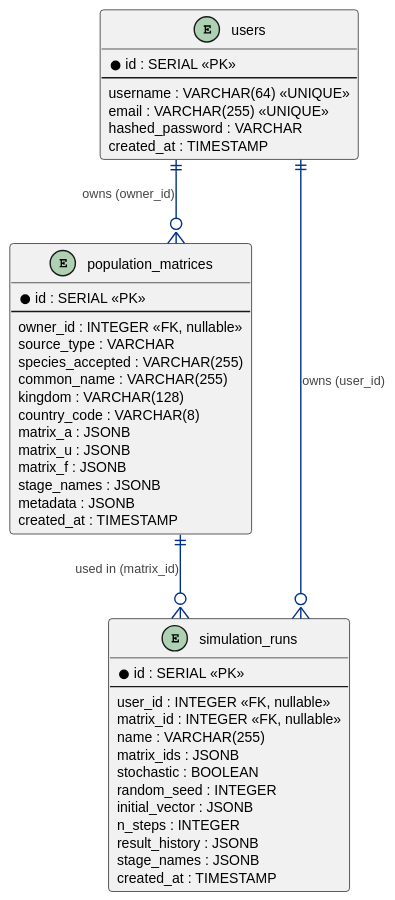
Above: tfg-doc/resources/diagrams/er.svg in orvizz/population-growth-simulator (PlantUML), before the change. Its diagram source:
```plantuml
@startuml
skinparam defaultFontName Liberation Sans
skinparam defaultFontSize 10
skinparam shadowing false
skinparam backgroundColor white
skinparam linetype ortho

skinparam entity {
  BorderColor #003087
  BackgroundColor #EEF3FA
  FontColor #003087
  HeaderBackgroundColor #003087
  FontStyle bold
}

skinparam arrow {
  Color #003087
  FontColor #444444
  FontSize 9
}

entity "users" {
  * id : SERIAL <<PK>>
  --
  username : VARCHAR(64) <<UNIQUE>>
  email : VARCHAR(255) <<UNIQUE>>
  hashed_password : VARCHAR
  created_at : TIMESTAMP
}

entity "population_matrices" {
  * id : SERIAL <<PK>>
  --
  owner_id : INTEGER <<FK, nullable>>
  source_type : VARCHAR
  species_accepted : VARCHAR(255)
  common_name : VARCHAR(255)
  kingdom : VARCHAR(128)
  country_code : VARCHAR(8)
  matrix_a : JSONB
  matrix_u : JSONB
  matrix_f : JSONB
  stage_names : JSONB
  metadata : JSONB
  created_at : TIMESTAMP
}

entity "simulation_runs" {
  * id : SERIAL <<PK>>
  --
  user_id : INTEGER <<FK, nullable>>
  matrix_id : INTEGER <<FK, nullable>>
  name : VARCHAR(255)
  matrix_ids : JSONB
  stochastic : BOOLEAN
  random_seed : INTEGER
  initial_vector : JSONB
  n_steps : INTEGER
  result_history : JSONB
  stage_names : JSONB
  created_at : TIMESTAMP
}

users           ||--o{ population_matrices : "owns (owner_id)"
users           ||--o{ simulation_runs     : "owns (user_id)"
population_matrices ||--o{ simulation_runs : "used in (matrix_id)"
@enduml
```
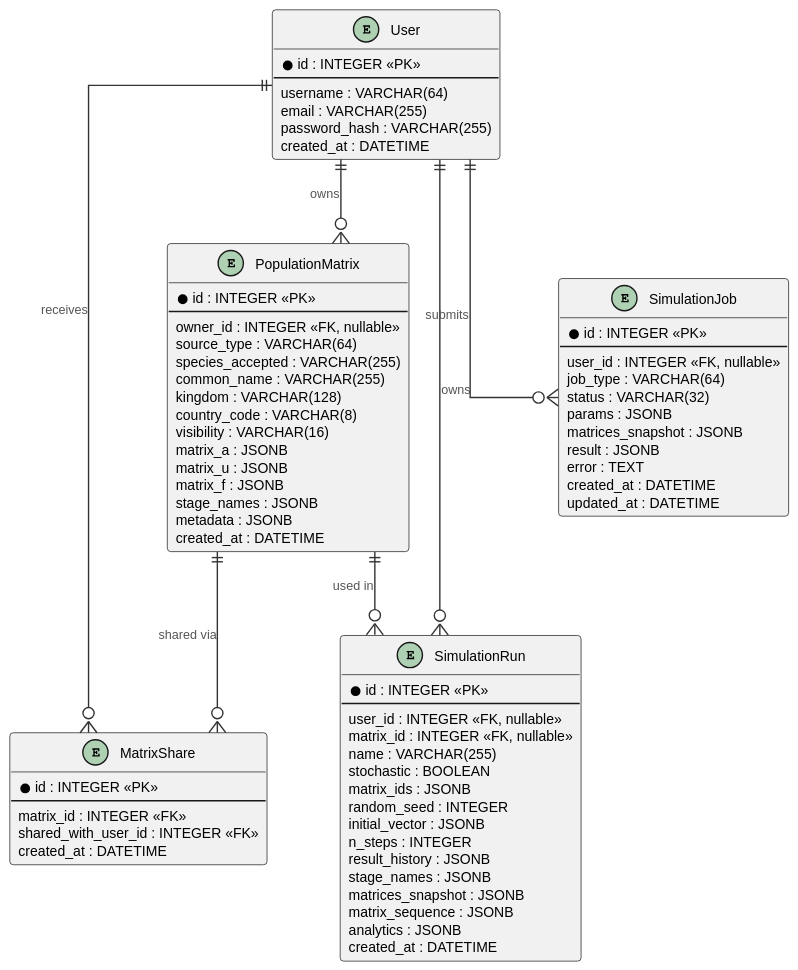
Above is the later version.

The edit, as a diff of the source:
```diff
@@ -9,59 +9,87 @@
   BorderColor #003087
   BackgroundColor #EEF3FA
   FontColor #003087
-  HeaderBackgroundColor #003087
   FontStyle bold
 }
 
 skinparam arrow {
-  Color #003087
-  FontColor #444444
+  Color #333333
+  FontColor #555555
   FontSize 9
 }
 
-entity "users" {
-  * id : SERIAL <<PK>>
+entity "User" as user {
+  * id : INTEGER <<PK>>
   --
-  username : VARCHAR(64) <<UNIQUE>>
-  email : VARCHAR(255) <<UNIQUE>>
-  hashed_password : VARCHAR
-  created_at : TIMESTAMP
+  username : VARCHAR(64)
+  email : VARCHAR(255)
+  password_hash : VARCHAR(255)
+  created_at : DATETIME
 }
 
-entity "population_matrices" {
-  * id : SERIAL <<PK>>
+entity "PopulationMatrix" as matrix {
+  * id : INTEGER <<PK>>
   --
   owner_id : INTEGER <<FK, nullable>>
-  source_type : VARCHAR
+  source_type : VARCHAR(64)
   species_accepted : VARCHAR(255)
   common_name : VARCHAR(255)
   kingdom : VARCHAR(128)
   country_code : VARCHAR(8)
+  visibility : VARCHAR(16)
   matrix_a : JSONB
   matrix_u : JSONB
   matrix_f : JSONB
   stage_names : JSONB
   metadata : JSONB
-  created_at : TIMESTAMP
+  created_at : DATETIME
 }
 
-entity "simulation_runs" {
-  * id : SERIAL <<PK>>
+entity "MatrixShare" as share {
+  * id : INTEGER <<PK>>
+  --
+  matrix_id : INTEGER <<FK>>
+  shared_with_user_id : INTEGER <<FK>>
+  created_at : DATETIME
+}
+
+entity "SimulationRun" as simrun {
+  * id : INTEGER <<PK>>
   --
   user_id : INTEGER <<FK, nullable>>
   matrix_id : INTEGER <<FK, nullable>>
   name : VARCHAR(255)
+  stochastic : BOOLEAN
   matrix_ids : JSONB
-  stochastic : BOOLEAN
   random_seed : INTEGER
   initial_vector : JSONB
   n_steps : INTEGER
   result_history : JSONB
   stage_names : JSONB
-  created_at : TIMESTAMP
+  matrices_snapshot : JSONB
+  matrix_sequence : JSONB
+  analytics : JSONB
+  created_at : DATETIME
 }
 
-users           ||--o{ population_matrices : "owns (owner_id)"
-users           ||--o{ simulation_runs     : "owns (user_id)"
-population_matrices ||--o{ simulation_runs : "used in (matrix_id)"
+entity "SimulationJob" as job {
+  * id : INTEGER <<PK>>
+  --
+  user_id : INTEGER <<FK, nullable>>
+  job_type : VARCHAR(64)
+  status : VARCHAR(32)
+  params : JSONB
+  matrices_snapshot : JSONB
+  result : JSONB
+  error : TEXT
+  created_at : DATETIME
+  updated_at : DATETIME
+}
+
+user ||--o{ matrix  : "owns"
+user ||--o{ share   : "receives"
+matrix ||--o{ share : "shared via"
+user ||--o{ simrun  : "owns"
+matrix ||--o{ simrun : "used in"
+user ||--o{ job     : "submits"
 @enduml
```
